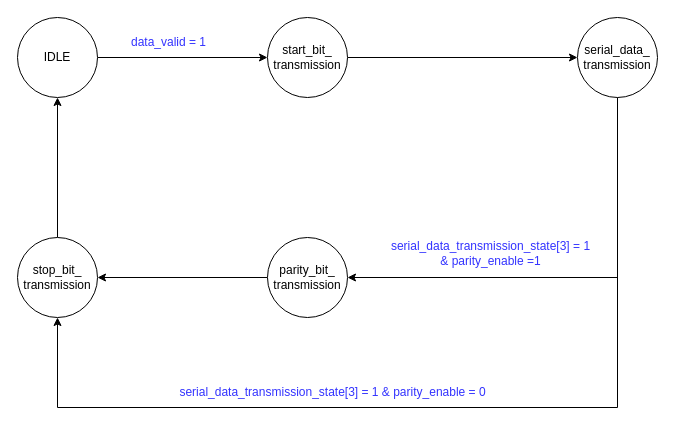
This is page "UART_transmitter_FSM" (3 of 12) of system_design/Design.drawio from mostafa-elgendy22/PrUcess, a draw.io file, before an edit. Source tidied: cells renumbered, new cells numbered last; positions are measured from the earlier drawing's top-left corner, leaving out a move shared by most shapes. Both pictures are drawn from the tidied source at 100%, with x=0, y=0 at pixel (17, 17).
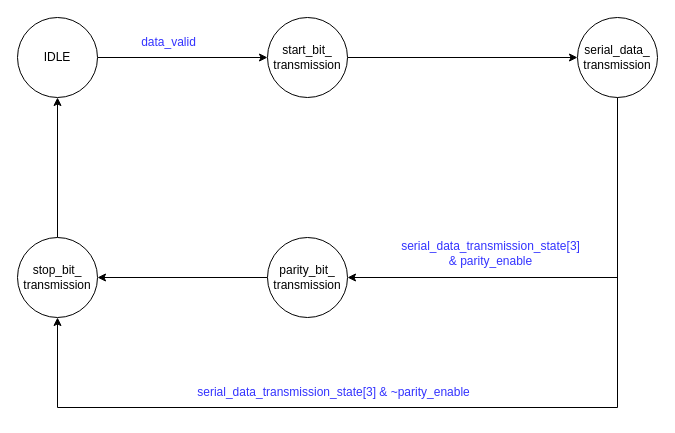
The same diagram, later.

Change to the diagram source:
```diff
@@
 <mxGraphModel>
   <root>
     <mxCell id="0" />
     <mxCell id="1" parent="0" />
     <mxCell id="2" style="edgeStyle=orthogonalEdgeStyle;rounded=0;jettySize=auto;html=1;exitX=1;exitY=0.5;exitDx=0;exitDy=0;entryX=0;entryY=0.5;entryDx=0;entryDy=0;" parent="1" edge="1" source="3" target="5">
       <mxGeometry relative="1" as="geometry" />
     </mxCell>
     <mxCell id="3" value="IDLE" style="ellipse;whiteSpace=wrap;html=1;" parent="1" vertex="1">
       <mxGeometry width="80" height="80" as="geometry" />
     </mxCell>
     <mxCell id="4" style="edgeStyle=orthogonalEdgeStyle;rounded=0;jettySize=auto;html=1;exitX=1;exitY=0.5;exitDx=0;exitDy=0;entryX=0;entryY=0.5;entryDx=0;entryDy=0;" parent="1" edge="1" source="5" target="9">
       <mxGeometry relative="1" as="geometry" />
     </mxCell>
     <mxCell id="5" value="start_bit_&lt;br&gt;transmission" style="ellipse;whiteSpace=wrap;html=1;" parent="1" vertex="1">
       <mxGeometry x="250" width="80" height="80" as="geometry" />
     </mxCell>
-    <mxCell id="6" value="&lt;font color=&quot;#3333ff&quot;&gt;data_valid = 1&lt;/font&gt;" style="text;html=1;align=center;verticalAlign=middle;strokeColor=none;fillColor=none;" parent="1" vertex="1">
-      <mxGeometry x="104" y="12" width="93" height="26" as="geometry" />
+    <mxCell id="6" value="&lt;font color=&quot;#3333ff&quot;&gt;data_valid&lt;/font&gt;" style="text;html=1;align=center;verticalAlign=middle;strokeColor=none;fillColor=none;" parent="1" vertex="1">
+      <mxGeometry x="114" y="12" width="73" height="26" as="geometry" />
     </mxCell>
     <mxCell id="7" style="edgeStyle=orthogonalEdgeStyle;rounded=0;jettySize=auto;html=1;exitX=0.5;exitY=1;exitDx=0;exitDy=0;entryX=1;entryY=0.5;entryDx=0;entryDy=0;" parent="1" edge="1" source="9" target="11">
       <mxGeometry relative="1" as="geometry" />
     </mxCell>
     <mxCell id="8" style="edgeStyle=orthogonalEdgeStyle;rounded=0;jettySize=auto;html=1;exitX=0.5;exitY=1;exitDx=0;exitDy=0;entryX=0.5;entryY=1;entryDx=0;entryDy=0;" parent="1" edge="1" source="9" target="14">
       <mxGeometry relative="1" as="geometry">
         <Array as="points">
           <mxPoint x="600" y="390" />
           <mxPoint x="40" y="390" />
         </Array>
       </mxGeometry>
     </mxCell>
     <mxCell id="9" value="serial_data_ transmission" style="ellipse;whiteSpace=wrap;html=1;" parent="1" vertex="1">
       <mxGeometry x="560" width="80" height="80" as="geometry" />
     </mxCell>
     <mxCell id="10" style="edgeStyle=orthogonalEdgeStyle;rounded=0;jettySize=auto;html=1;exitX=0;exitY=0.5;exitDx=0;exitDy=0;entryX=1;entryY=0.5;entryDx=0;entryDy=0;" parent="1" edge="1" source="11" target="14">
       <mxGeometry relative="1" as="geometry" />
     </mxCell>
     <mxCell id="11" value="parity_bit_ transmission" style="ellipse;whiteSpace=wrap;html=1;" parent="1" vertex="1">
       <mxGeometry x="250" y="220" width="80" height="80" as="geometry" />
     </mxCell>
-    <mxCell id="12" value="&lt;font color=&quot;#3333ff&quot;&gt;serial_data_transmission_state[3] = 1 &lt;br&gt;&amp;amp; parity_enable =1&lt;/font&gt;" style="text;html=1;align=center;verticalAlign=middle;strokeColor=none;fillColor=none;" parent="1" vertex="1">
-      <mxGeometry x="364" y="215" width="217" height="41" as="geometry" />
+    <mxCell id="12" value="&lt;font color=&quot;#3333ff&quot;&gt;serial_data_transmission_state[3]&lt;br&gt;&amp;amp; parity_enable&lt;/font&gt;" style="text;html=1;align=center;verticalAlign=middle;strokeColor=none;fillColor=none;" parent="1" vertex="1">
+      <mxGeometry x="374" y="215" width="197" height="41" as="geometry" />
     </mxCell>
     <mxCell id="13" style="edgeStyle=orthogonalEdgeStyle;rounded=0;jettySize=auto;html=1;exitX=0.5;exitY=0;exitDx=0;exitDy=0;entryX=0.5;entryY=1;entryDx=0;entryDy=0;" parent="1" edge="1" source="14" target="3">
       <mxGeometry relative="1" as="geometry" />
     </mxCell>
     <mxCell id="14" value="stop_bit_ transmission" style="ellipse;whiteSpace=wrap;html=1;" parent="1" vertex="1">
       <mxGeometry y="220" width="80" height="80" as="geometry" />
     </mxCell>
-    <mxCell id="15" value="&lt;font color=&quot;#3333ff&quot;&gt;serial_data_transmission_state[3] = 1 &amp;amp; parity_enable = 0&lt;/font&gt;" style="text;html=1;align=center;verticalAlign=middle;strokeColor=none;fillColor=none;" parent="1" vertex="1">
-      <mxGeometry x="153" y="362" width="324" height="26" as="geometry" />
+    <mxCell id="15" value="&lt;font color=&quot;#3333ff&quot;&gt;serial_data_transmission_state[3] &amp;amp; ~parity_enable&lt;/font&gt;" style="text;html=1;align=center;verticalAlign=middle;strokeColor=none;fillColor=none;" parent="1" vertex="1">
+      <mxGeometry x="170" y="362" width="291" height="26" as="geometry" />
     </mxCell>
   </root>
 </mxGraphModel>
```
